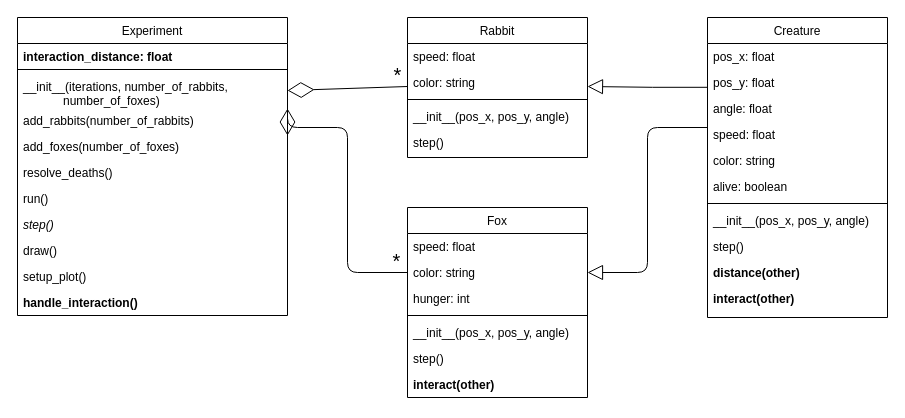
Above: umls/phase7.drawio in spcourse/populations-oo (draw.io), before the change. Source tidied: cells renumbered, new cells numbered last; positions are measured from the earlier drawing's top-left corner, leaving out a move shared by most shapes. Both pictures are drawn from the tidied source at 100%, with x=0, y=0 at pixel (17, 17).
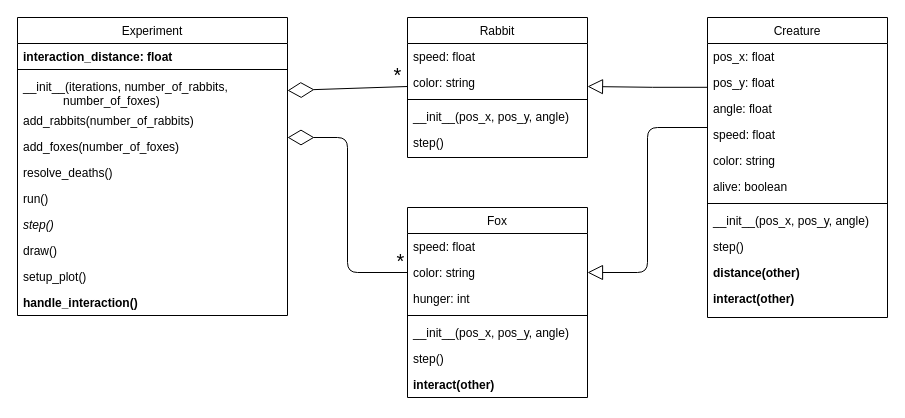
The same diagram, later.

Unchanged cells that the change refers to:
```xml
<mxCell id="7" value="add_foxes(number_of_foxes)" style="text;align=left;verticalAlign=top;spacingLeft=4;spacingRight=4;overflow=hidden;points=[[0,0.5],[1,0.5]];portConstraint=eastwest;" parent="2" vertex="1">
  <mxGeometry y="116" width="270" height="26" as="geometry" />
</mxCell>
<mxCell id="16" value="color: string" style="text;align=left;verticalAlign=top;spacingLeft=4;spacingRight=4;overflow=hidden;points=[[0,0.5],[1,0.5]];portConstraint=eastwest;rounded=0;shadow=0;html=0;" parent="14" vertex="1">
  <mxGeometry y="52" width="180" height="26" as="geometry" />
</mxCell>
```

What changed in the source:
```diff
@@
-    <mxCell id="22" style="endArrow=diamondThin;endFill=0;endSize=24;html=1;exitX=0;exitY=0.5;exitDx=0;exitDy=0;entryX=1;entryY=0.077;entryDx=0;entryDy=0;entryPerimeter=0;edgeStyle=orthogonalEdgeStyle;" parent="1" edge="1" source="16" target="7">
+    <mxCell id="22" style="endArrow=diamondThin;endFill=0;endSize=24;html=1;exitX=0;exitY=0.5;exitDx=0;exitDy=0;edgeStyle=orthogonalEdgeStyle;" parent="1" edge="1" source="16" target="7">
       <mxGeometry relative="1" as="geometry">
         <Array as="points">
           <mxPoint x="330" y="255" />
-          <mxPoint x="330" y="110" />
+          <mxPoint x="330" y="120" />
         </Array>
       </mxGeometry>
     </mxCell>
```
